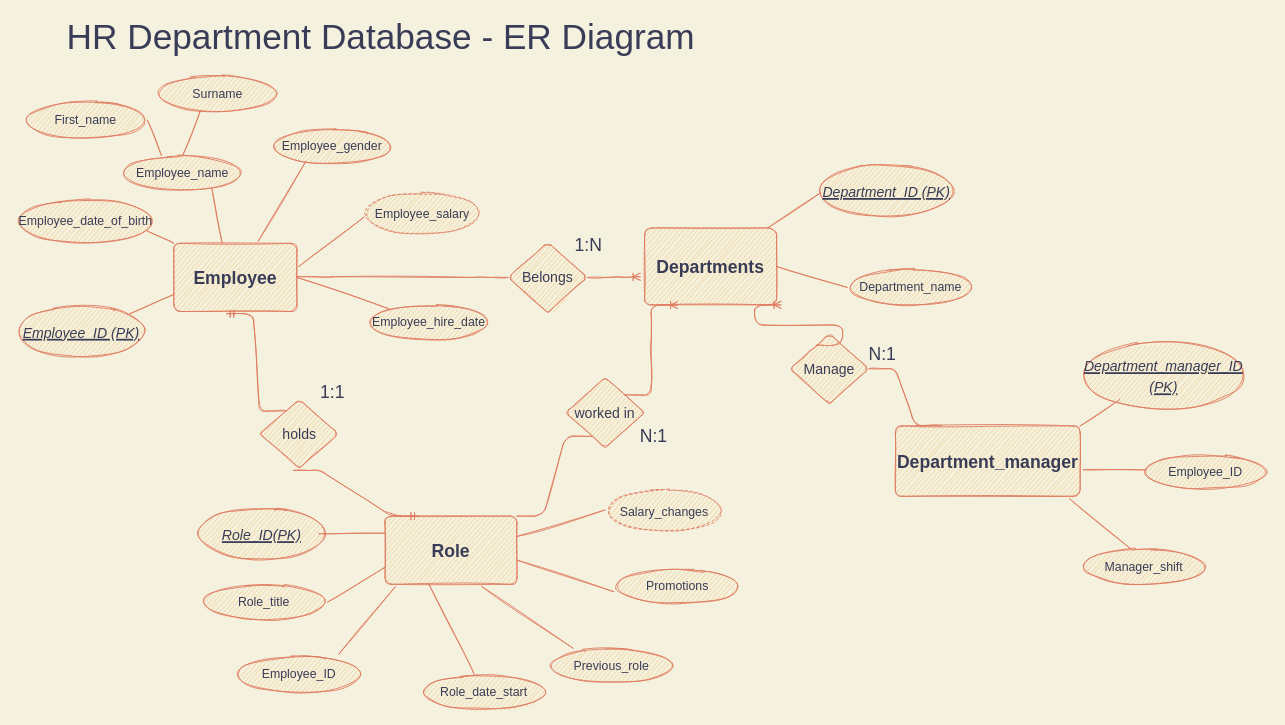
Above: RH Database Diagram.drawio in PriFlores/HR-Database (draw.io), before the change. Source tidied: cells renumbered, new cells numbered last; positions are measured from the earlier drawing's top-left corner, leaving out a move shared by most shapes. Both pictures are drawn from the tidied source at 88%, with x=0, y=0 at pixel (15, 23).
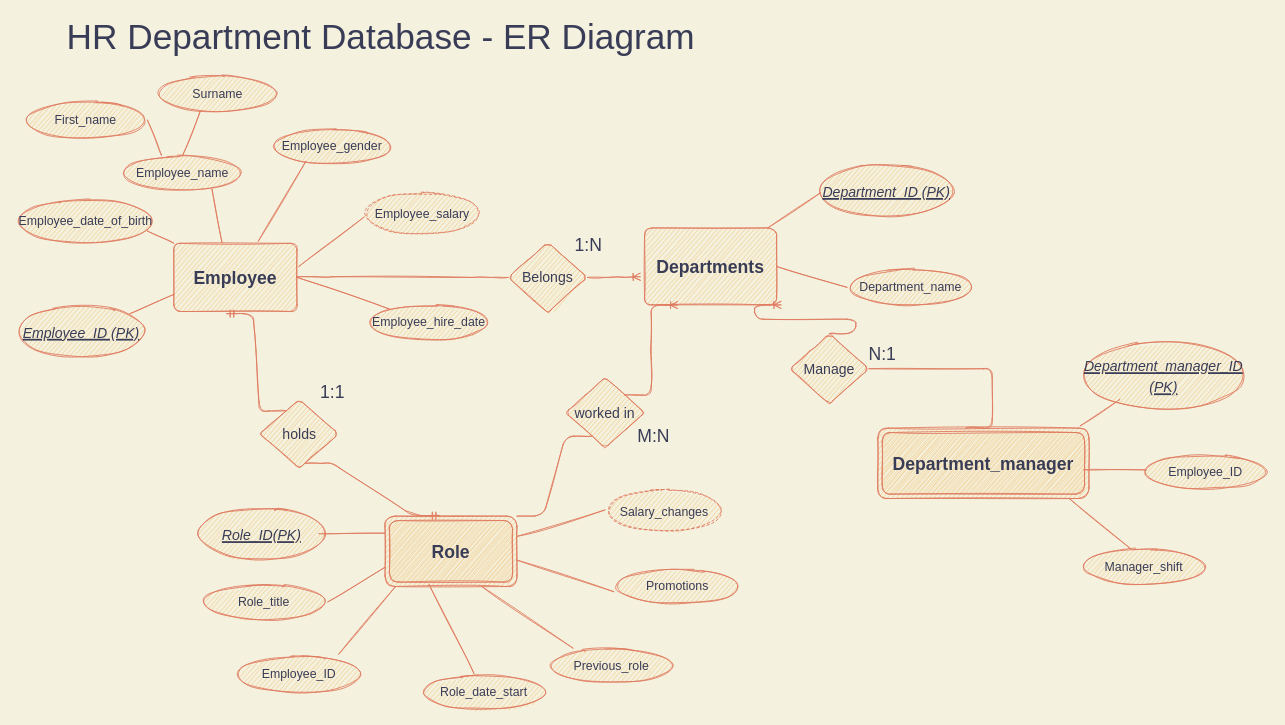
The same page after the edit.

Unchanged cells that the change refers to:
```xml
<mxCell id="9" value="&lt;font style=&quot;font-size: 14px&quot;&gt;Role_title&lt;/font&gt;" style="ellipse;whiteSpace=wrap;html=1;align=center;fillColor=#F2CC8F;strokeColor=#E07A5F;fontColor=#393C56;sketch=1;rounded=1;" parent="1" vertex="1">
  <mxGeometry x="210" y="637.5" width="145" height="40" as="geometry" />
</mxCell>
<mxCell id="14" value="&lt;font style=&quot;font-size: 14px&quot;&gt;Role_date_start&lt;/font&gt;" style="ellipse;whiteSpace=wrap;html=1;align=center;fillColor=#F2CC8F;strokeColor=#E07A5F;fontColor=#393C56;sketch=1;rounded=1;" parent="1" vertex="1">
  <mxGeometry x="460" y="740" width="145" height="40" as="geometry" />
</mxCell>
<mxCell id="16" value="&lt;font style=&quot;font-size: 14px&quot;&gt;Manager_shift&lt;/font&gt;" style="ellipse;whiteSpace=wrap;html=1;align=center;fillColor=#F2CC8F;strokeColor=#E07A5F;fontColor=#393C56;sketch=1;rounded=1;" parent="1" vertex="1">
  <mxGeometry x="1210" y="597.5" width="145" height="40" as="geometry" />
</mxCell>
<mxCell id="39" value="&lt;font style=&quot;font-size: 16px&quot;&gt;holds&lt;/font&gt;" style="rhombus;whiteSpace=wrap;html=1;arcSize=10;fillColor=#F2CC8F;strokeColor=#E07A5F;fontColor=#393C56;sketch=1;rounded=1;" parent="1" vertex="1">
  <mxGeometry x="277.5" y="427.5" width="90" height="78.1" as="geometry" />
</mxCell>
<mxCell id="45" value="&lt;font style=&quot;font-size: 16px&quot;&gt;worked in&lt;/font&gt;" style="rhombus;whiteSpace=wrap;html=1;arcSize=10;fillColor=#F2CC8F;strokeColor=#E07A5F;fontColor=#393C56;sketch=1;rounded=1;" parent="1" vertex="1">
  <mxGeometry x="625" y="402.5" width="90" height="80" as="geometry" />
</mxCell>
<mxCell id="49" value="&lt;font style=&quot;font-size: 16px&quot;&gt;Manage&lt;/font&gt;" style="rhombus;whiteSpace=wrap;html=1;arcSize=10;fillColor=#F2CC8F;strokeColor=#E07A5F;fontColor=#393C56;sketch=1;rounded=1;" parent="1" vertex="1">
  <mxGeometry x="880" y="352.5" width="90" height="80" as="geometry" />
</mxCell>
```

What changed in the source:
```diff
@@
-    <mxCell id="10" value="&lt;b&gt;&lt;font style=&quot;font-size: 20px&quot;&gt;Role&lt;/font&gt;&lt;/b&gt;" style="arcSize=10;whiteSpace=wrap;html=1;align=center;fillColor=#F2CC8F;strokeColor=#E07A5F;fontColor=#393C56;sketch=1;rounded=1;" parent="1" vertex="1">
-      <mxGeometry x="420" y="560" width="150" height="77.5" as="geometry" />
-    </mxCell>
@@
-    <mxCell id="15" value="&lt;b&gt;&lt;font style=&quot;font-size: 20px&quot;&gt;Department_manager&lt;/font&gt;&lt;/b&gt;" style="arcSize=10;whiteSpace=wrap;html=1;align=center;fillColor=#F2CC8F;strokeColor=#E07A5F;fontColor=#393C56;sketch=1;rounded=1;" parent="1" vertex="1">
-      <mxGeometry x="1000" y="457.5" width="210" height="80" as="geometry" />
-    </mxCell>
@@
-    <mxCell id="26" style="endArrow=none;html=1;exitX=1;exitY=0.5;exitDx=0;exitDy=0;entryX=0;entryY=0.25;entryDx=0;entryDy=0;strokeColor=#E07A5F;fontColor=#393C56;labelBackgroundColor=#F4F1DE;sketch=1;" parent="1" edge="1" target="10">
+    <mxCell id="26" style="endArrow=none;html=1;exitX=1;exitY=0.5;exitDx=0;exitDy=0;entryX=0;entryY=0.25;entryDx=0;entryDy=0;strokeColor=#E07A5F;fontColor=#393C56;labelBackgroundColor=#F4F1DE;sketch=1;" parent="1" edge="1">
       <mxGeometry relative="1" as="geometry">
         <mxPoint x="345" y="580" as="sourcePoint" />
+        <mxPoint x="420" y="579.4" as="targetPoint" />
       </mxGeometry>
     </mxCell>
-    <mxCell id="27" style="endArrow=none;html=1;exitX=1;exitY=0.5;exitDx=0;exitDy=0;entryX=0;entryY=0.75;entryDx=0;entryDy=0;strokeColor=#E07A5F;fontColor=#393C56;labelBackgroundColor=#F4F1DE;sketch=1;" parent="1" edge="1" source="9" target="10">
-      <mxGeometry relative="1" as="geometry" />
+    <mxCell id="27" style="endArrow=none;html=1;exitX=1;exitY=0.5;exitDx=0;exitDy=0;entryX=0;entryY=0.75;entryDx=0;entryDy=0;strokeColor=#E07A5F;fontColor=#393C56;labelBackgroundColor=#F4F1DE;sketch=1;" parent="1" edge="1" source="9">
+      <mxGeometry relative="1" as="geometry">
+        <mxPoint x="420" y="618.1" as="targetPoint" />
+      </mxGeometry>
     </mxCell>
-    <mxCell id="28" style="endArrow=none;html=1;exitX=0.421;exitY=-0.031;exitDx=0;exitDy=0;entryX=0.333;entryY=1;entryDx=0;entryDy=0;entryPerimeter=0;exitPerimeter=0;strokeColor=#E07A5F;fontColor=#393C56;labelBackgroundColor=#F4F1DE;sketch=1;" parent="1" edge="1" source="14" target="10">
-      <mxGeometry relative="1" as="geometry" />
+    <mxCell id="28" style="endArrow=none;html=1;exitX=0.421;exitY=-0.031;exitDx=0;exitDy=0;entryX=0.333;entryY=1;entryDx=0;entryDy=0;entryPerimeter=0;exitPerimeter=0;strokeColor=#E07A5F;fontColor=#393C56;labelBackgroundColor=#F4F1DE;sketch=1;" parent="1" edge="1" source="14">
+      <mxGeometry relative="1" as="geometry">
+        <mxPoint x="469.9" y="637.5" as="targetPoint" />
+      </mxGeometry>
     </mxCell>
@@
-    <mxCell id="33" style="endArrow=none;html=1;exitX=0.942;exitY=1.034;exitDx=0;exitDy=0;exitPerimeter=0;entryX=0.399;entryY=0;entryDx=0;entryDy=0;entryPerimeter=0;strokeColor=#E07A5F;fontColor=#393C56;labelBackgroundColor=#F4F1DE;sketch=1;" parent="1" edge="1" source="15" target="16">
-      <mxGeometry relative="1" as="geometry" />
+    <mxCell id="33" style="endArrow=none;html=1;exitX=0.942;exitY=1.034;exitDx=0;exitDy=0;exitPerimeter=0;entryX=0.399;entryY=0;entryDx=0;entryDy=0;entryPerimeter=0;strokeColor=#E07A5F;fontColor=#393C56;labelBackgroundColor=#F4F1DE;sketch=1;" parent="1" edge="1" target="16">
+      <mxGeometry relative="1" as="geometry">
+        <mxPoint x="1197.8" y="540.2" as="sourcePoint" />
+      </mxGeometry>
     </mxCell>
-    <mxCell id="34" style="endArrow=none;html=1;entryX=1;entryY=0;entryDx=0;entryDy=0;strokeColor=#E07A5F;fontColor=#393C56;labelBackgroundColor=#F4F1DE;sketch=1;" parent="1" edge="1" target="15">
+    <mxCell id="34" style="endArrow=none;html=1;entryX=1;entryY=0;entryDx=0;entryDy=0;strokeColor=#E07A5F;fontColor=#393C56;labelBackgroundColor=#F4F1DE;sketch=1;" parent="1" edge="1">
       <mxGeometry relative="1" as="geometry">
         <mxPoint x="1255" y="427.5" as="sourcePoint" />
+        <mxPoint x="1210" y="457.5" as="targetPoint" />
       </mxGeometry>
     </mxCell>
-    <mxCell id="35" style="endArrow=none;html=1;exitX=1.017;exitY=0.623;exitDx=0;exitDy=0;exitPerimeter=0;strokeColor=#E07A5F;fontColor=#393C56;labelBackgroundColor=#F4F1DE;sketch=1;" parent="1" edge="1" source="15">
+    <mxCell id="35" style="endArrow=none;html=1;exitX=1.017;exitY=0.623;exitDx=0;exitDy=0;exitPerimeter=0;strokeColor=#E07A5F;fontColor=#393C56;labelBackgroundColor=#F4F1DE;sketch=1;" parent="1" edge="1">
       <mxGeometry relative="1" as="geometry">
+        <mxPoint x="1213.6" y="507.3" as="sourcePoint" />
         <mxPoint x="1285" y="507.5" as="targetPoint" />
       </mxGeometry>
     </mxCell>
@@
-    <mxCell id="40" style="edgeStyle=entityRelationEdgeStyle;fontSize=12;html=1;endArrow=none;startArrow=ERmandOne;entryX=0.429;entryY=1.032;entryDx=0;entryDy=0;entryPerimeter=0;exitX=0.25;exitY=0;exitDx=0;exitDy=0;strokeColor=#E07A5F;fontColor=#393C56;labelBackgroundColor=#F4F1DE;sketch=1;" parent="1" edge="1" source="10" target="39">
+    <mxCell id="40" style="edgeStyle=entityRelationEdgeStyle;fontSize=12;html=1;endArrow=none;startArrow=ERmandOne;entryX=0.583;entryY=0.928;entryDx=0;entryDy=0;entryPerimeter=0;exitX=0.412;exitY=-0.006;exitDx=0;exitDy=0;strokeColor=#E07A5F;fontColor=#393C56;labelBackgroundColor=#F4F1DE;sketch=1;exitPerimeter=0;" parent="1" edge="1" source="10" target="39">
       <mxGeometry relative="1" as="geometry" />
     </mxCell>
@@
-    <mxCell id="46" style="edgeStyle=entityRelationEdgeStyle;fontSize=12;html=1;endArrow=none;exitX=1;exitY=0;exitDx=0;exitDy=0;entryX=0.25;entryY=1;entryDx=0;entryDy=0;strokeColor=#E07A5F;fontColor=#393C56;labelBackgroundColor=#F4F1DE;sketch=1;" parent="1" edge="1" source="10" target="45">
-      <mxGeometry relative="1" as="geometry" />
+    <mxCell id="46" style="edgeStyle=entityRelationEdgeStyle;fontSize=12;html=1;endArrow=none;exitX=1;exitY=0;exitDx=0;exitDy=0;entryX=0.25;entryY=1;entryDx=0;entryDy=0;strokeColor=#E07A5F;fontColor=#393C56;labelBackgroundColor=#F4F1DE;sketch=1;" parent="1" edge="1" target="45">
+      <mxGeometry relative="1" as="geometry">
+        <mxPoint x="570" y="560" as="sourcePoint" />
+      </mxGeometry>
     </mxCell>
-    <mxCell id="47" value="N:1" style="text;html=1;align=center;verticalAlign=middle;strokeColor=none;fillColor=none;fontSize=20;fontColor=#393C56;sketch=1;rounded=1;" parent="1" vertex="1">
+    <mxCell id="47" value="M:N" style="text;html=1;align=center;verticalAlign=middle;strokeColor=none;fillColor=none;fontSize=20;fontColor=#393C56;sketch=1;rounded=1;" parent="1" vertex="1">
       <mxGeometry x="700" y="452.5" width="50" height="30" as="geometry" />
     </mxCell>
-    <mxCell id="48" style="edgeStyle=entityRelationEdgeStyle;fontSize=12;html=1;endArrow=ERoneToMany;exitX=0.25;exitY=0;exitDx=0;exitDy=0;startArrow=none;strokeColor=#E07A5F;fontColor=#393C56;labelBackgroundColor=#F4F1DE;sketch=1;" parent="1" edge="1" source="49">
+    <mxCell id="48" style="edgeStyle=entityRelationEdgeStyle;fontSize=12;html=1;endArrow=ERoneToMany;exitX=0.5;exitY=0;exitDx=0;exitDy=0;startArrow=none;strokeColor=#E07A5F;fontColor=#393C56;labelBackgroundColor=#F4F1DE;sketch=1;" parent="1" edge="1" source="49">
       <mxGeometry relative="1" as="geometry">
         <mxPoint x="870" y="320" as="targetPoint" />
       </mxGeometry>
     </mxCell>
@@
-    <mxCell id="50" style="edgeStyle=entityRelationEdgeStyle;fontSize=12;html=1;endArrow=none;exitX=0.25;exitY=0;exitDx=0;exitDy=0;strokeColor=#E07A5F;fontColor=#393C56;labelBackgroundColor=#F4F1DE;sketch=1;" parent="1" edge="1" source="15" target="49">
-      <mxGeometry relative="1" as="geometry" />
+    <mxCell id="50" style="edgeStyle=entityRelationEdgeStyle;fontSize=12;html=1;endArrow=none;strokeColor=#E07A5F;fontColor=#393C56;labelBackgroundColor=#F4F1DE;sketch=1;startArrow=none;" parent="1" edge="1" target="49">
+      <mxGeometry relative="1" as="geometry">
+        <mxPoint x="1080" y="460" as="sourcePoint" />
+      </mxGeometry>
     </mxCell>
@@
+    <mxCell id="10" value="&lt;b style=&quot;font-size: 12px&quot;&gt;&lt;font style=&quot;font-size: 20px&quot;&gt;Role&lt;/font&gt;&lt;/b&gt;" style="shape=ext;margin=3;double=1;whiteSpace=wrap;html=1;align=center;rounded=1;sketch=1;fontSize=14;fontColor=#393C56;strokeColor=#E07A5F;fillColor=#F2CC8F;" parent="1" vertex="1">
+      <mxGeometry x="420" y="560" width="150" height="80" as="geometry" />
+    </mxCell>
+    <mxCell id="15" value="&lt;b style=&quot;font-size: 12px&quot;&gt;&lt;font style=&quot;font-size: 20px&quot;&gt;Department_manager&lt;/font&gt;&lt;/b&gt;" style="shape=ext;margin=3;double=1;whiteSpace=wrap;html=1;align=center;rounded=1;sketch=1;fontSize=14;fontColor=#393C56;strokeColor=#E07A5F;fillColor=#F2CC8F;" parent="1" vertex="1">
+      <mxGeometry x="980" y="460" width="240" height="80" as="geometry" />
+    </mxCell>
```
